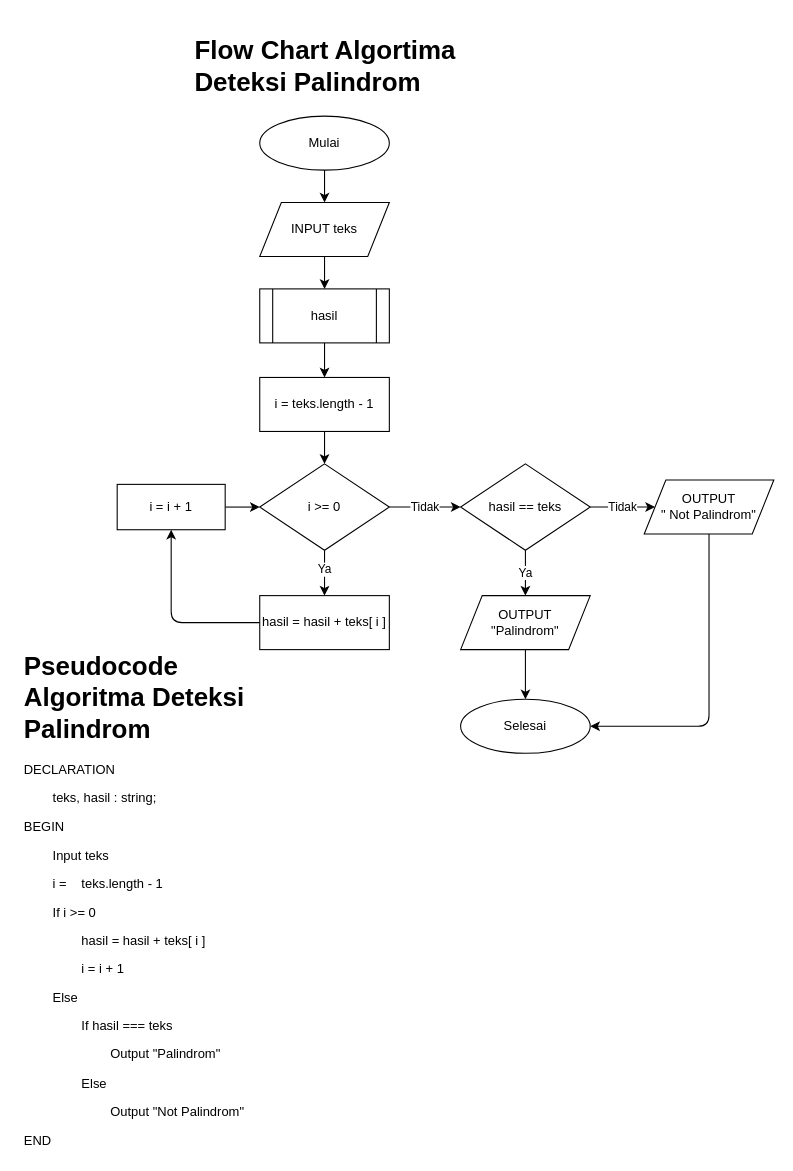
Before: page "Palindrom" (1 of 2) of tugas 6.drawio in DzulfiqarSiraj/fwg17-computer-science, a draw.io diagram. Source tidied: cells renumbered, new cells numbered last; positions are measured from the earlier drawing's top-left corner, leaving out a move shared by most shapes. Both pictures are drawn from the tidied source at 108%, with x=0, y=0 at pixel (18, 29).
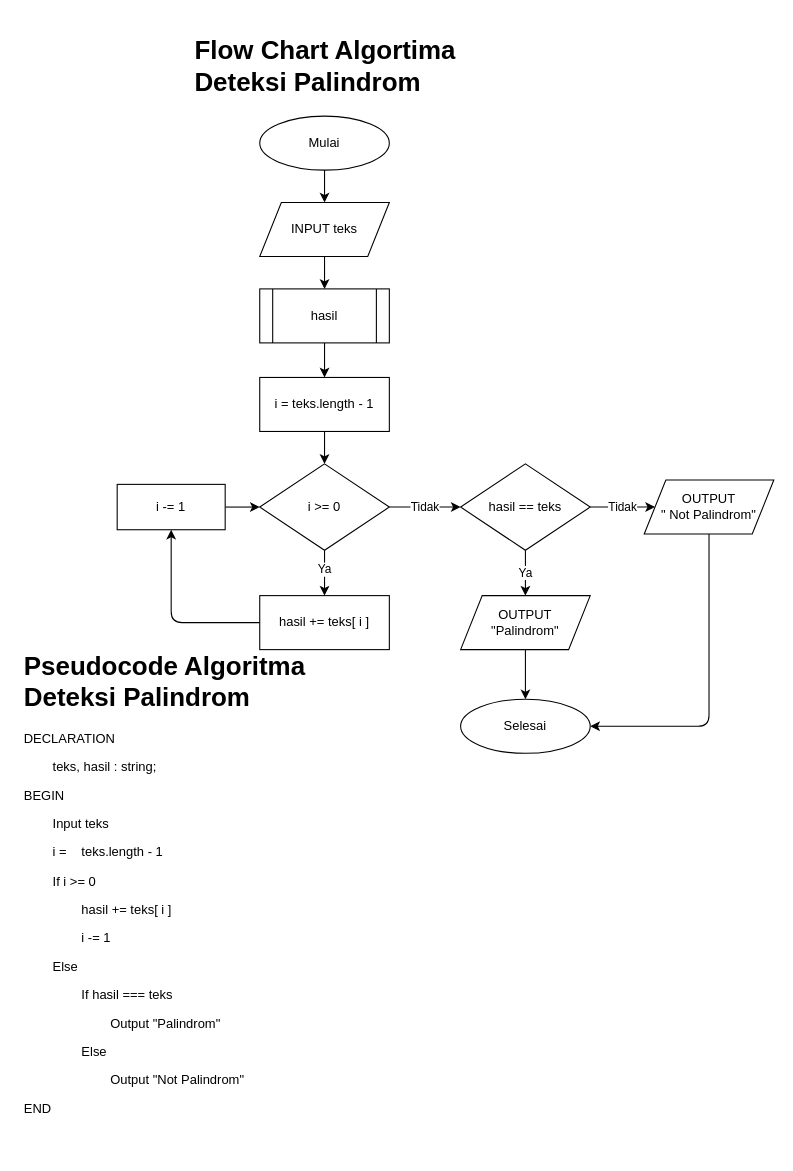
The same diagram, later.

Change to the diagram source:
```diff
@@
-    <mxCell id="2" value="&lt;h1&gt;Pseudocode Algoritma Deteksi Palindrom&lt;/h1&gt;&lt;p&gt;DECLARATION&lt;/p&gt;&lt;p&gt;&lt;span style=&quot;background-color: initial; white-space: pre;&quot;&gt;&lt;span style=&quot;white-space: pre;&quot;&gt;&#9;&lt;/span&gt;teks, hasil : string;&lt;/span&gt;&lt;/p&gt;&lt;p&gt;&lt;span style=&quot;background-color: initial; white-space: pre;&quot;&gt;BEGIN&lt;/span&gt;&lt;/p&gt;&lt;p&gt;&lt;span style=&quot;background-color: initial; white-space: pre;&quot;&gt;&lt;span style=&quot;white-space: pre;&quot;&gt;&#9;&lt;/span&gt;Input teks&lt;/span&gt;&lt;/p&gt;&lt;p&gt;&lt;span style=&quot;background-color: initial; white-space: pre;&quot;&gt;&lt;span style=&quot;white-space: pre;&quot;&gt;&lt;span style=&quot;white-space: pre;&quot;&gt;&#9;&lt;/span&gt;i = &#9;teks.length - 1&lt;/span&gt;&lt;br&gt;&lt;/span&gt;&lt;/p&gt;&lt;p&gt;&lt;span style=&quot;background-color: initial; white-space: pre;&quot;&gt;&lt;span style=&quot;white-space: pre;&quot;&gt;&lt;span style=&quot;white-space: pre;&quot;&gt;&#9;&lt;/span&gt;If i &amp;gt;= 0&lt;br&gt;&lt;/span&gt;&lt;/span&gt;&lt;/p&gt;&lt;p&gt;&lt;span style=&quot;background-color: initial; white-space: pre;&quot;&gt;&lt;span style=&quot;white-space: pre;&quot;&gt;&lt;span style=&quot;white-space: pre;&quot;&gt;&#9;&lt;/span&gt;&lt;span style=&quot;white-space: pre;&quot;&gt;&#9;&lt;/span&gt;hasil = hasil + teks[ i ]&lt;br&gt;&lt;/span&gt;&lt;/span&gt;&lt;/p&gt;&lt;p&gt;&lt;span style=&quot;background-color: initial; white-space: pre;&quot;&gt;&lt;span style=&quot;white-space: pre;&quot;&gt;&lt;span style=&quot;white-space: pre;&quot;&gt;&#9;&lt;/span&gt;&lt;span style=&quot;white-space: pre;&quot;&gt;&#9;&lt;/span&gt;i = i + 1&lt;br&gt;&lt;/span&gt;&lt;/span&gt;&lt;/p&gt;&lt;p&gt;&lt;span style=&quot;background-color: initial; white-space: pre;&quot;&gt;&lt;span style=&quot;white-space: pre;&quot;&gt;&lt;span style=&quot;white-space: pre;&quot;&gt;&#9;&lt;/span&gt;Else&lt;br&gt;&lt;/span&gt;&lt;/span&gt;&lt;/p&gt;&lt;p&gt;&lt;span style=&quot;background-color: initial; white-space: pre;&quot;&gt;&lt;span style=&quot;white-space: pre;&quot;&gt;&lt;span style=&quot;white-space: pre;&quot;&gt;&#9;&lt;/span&gt;&lt;span style=&quot;white-space: pre;&quot;&gt;&#9;&lt;/span&gt;If hasil === teks&lt;br&gt;&lt;/span&gt;&lt;/span&gt;&lt;/p&gt;&lt;p&gt;&lt;span style=&quot;background-color: initial; white-space: pre;&quot;&gt;&lt;span style=&quot;white-space: pre;&quot;&gt;&lt;span style=&quot;white-space: pre;&quot;&gt;&#9;&lt;/span&gt;&lt;span style=&quot;white-space: pre;&quot;&gt;&#9;&lt;span style=&quot;white-space: pre;&quot;&gt;&#9;&lt;/span&gt;&lt;/span&gt;Output &quot;Palindrom&quot;&lt;br&gt;&lt;/span&gt;&lt;/span&gt;&lt;/p&gt;&lt;p&gt;&lt;span style=&quot;background-color: initial; white-space: pre;&quot;&gt;&lt;span style=&quot;white-space: pre;&quot;&gt;&lt;span style=&quot;white-space: pre;&quot;&gt;&#9;&lt;/span&gt;&lt;span style=&quot;white-space: pre;&quot;&gt;&#9;&lt;/span&gt;Else&lt;br&gt;&lt;/span&gt;&lt;/span&gt;&lt;/p&gt;&lt;p&gt;&lt;span style=&quot;background-color: initial; white-space: pre;&quot;&gt;&lt;span style=&quot;white-space: pre;&quot;&gt;&lt;span style=&quot;white-space: pre;&quot;&gt;&#9;&lt;/span&gt;&lt;span style=&quot;white-space: pre;&quot;&gt;&#9;&lt;span style=&quot;white-space: pre;&quot;&gt;&#9;&lt;/span&gt;&lt;/span&gt;Output &quot;Not Palindrom&quot;&lt;br&gt;&lt;/span&gt;&lt;/span&gt;&lt;/p&gt;&lt;p&gt;&lt;span style=&quot;background-color: initial; white-space: pre;&quot;&gt;&lt;span style=&quot;white-space: pre;&quot;&gt;END&lt;/span&gt;&lt;/span&gt;&lt;/p&gt;&lt;p&gt;&lt;span style=&quot;background-color: initial; white-space: pre;&quot;&gt;&lt;span style=&quot;white-space: pre;&quot;&gt;&lt;br&gt;&lt;/span&gt;&lt;/span&gt;&lt;/p&gt;" style="text;html=1;strokeColor=none;fillColor=none;spacing=5;spacingTop=-20;whiteSpace=wrap;overflow=hidden;rounded=0;" parent="1" vertex="1">
-      <mxGeometry y="570" width="250" height="470" as="geometry" />
+    <mxCell id="2" value="&lt;h1&gt;Pseudocode Algoritma Deteksi Palindrom&lt;/h1&gt;&lt;p&gt;DECLARATION&lt;/p&gt;&lt;p&gt;&lt;span style=&quot;background-color: initial; white-space: pre;&quot;&gt;&lt;span style=&quot;white-space: pre;&quot;&gt;&#9;&lt;/span&gt;teks, hasil : string;&lt;/span&gt;&lt;/p&gt;&lt;p&gt;&lt;span style=&quot;background-color: initial; white-space: pre;&quot;&gt;BEGIN&lt;/span&gt;&lt;/p&gt;&lt;p&gt;&lt;span style=&quot;background-color: initial; white-space: pre;&quot;&gt;&lt;span style=&quot;white-space: pre;&quot;&gt;&#9;&lt;/span&gt;Input teks&lt;/span&gt;&lt;/p&gt;&lt;p&gt;&lt;span style=&quot;background-color: initial; white-space: pre;&quot;&gt;&lt;span style=&quot;white-space: pre;&quot;&gt;&lt;span style=&quot;white-space: pre;&quot;&gt;&#9;&lt;/span&gt;i = &#9;teks.length - 1&lt;/span&gt;&lt;br&gt;&lt;/span&gt;&lt;/p&gt;&lt;p&gt;&lt;span style=&quot;background-color: initial; white-space: pre;&quot;&gt;&lt;span style=&quot;white-space: pre;&quot;&gt;&lt;span style=&quot;white-space: pre;&quot;&gt;&#9;&lt;/span&gt;If i &amp;gt;= 0&lt;br&gt;&lt;/span&gt;&lt;/span&gt;&lt;/p&gt;&lt;p&gt;&lt;span style=&quot;background-color: initial; white-space: pre;&quot;&gt;&lt;span style=&quot;white-space: pre;&quot;&gt;&lt;span style=&quot;white-space: pre;&quot;&gt;&#9;&lt;/span&gt;&lt;span style=&quot;white-space: pre;&quot;&gt;&#9;&lt;/span&gt;hasil += teks[ i ]&lt;br&gt;&lt;/span&gt;&lt;/span&gt;&lt;/p&gt;&lt;p&gt;&lt;span style=&quot;background-color: initial; white-space: pre;&quot;&gt;&lt;span style=&quot;white-space: pre;&quot;&gt;&lt;span style=&quot;white-space: pre;&quot;&gt;&#9;&lt;/span&gt;&lt;span style=&quot;white-space: pre;&quot;&gt;&#9;&lt;/span&gt;i -= 1&lt;br&gt;&lt;/span&gt;&lt;/span&gt;&lt;/p&gt;&lt;p&gt;&lt;span style=&quot;background-color: initial; white-space: pre;&quot;&gt;&lt;span style=&quot;white-space: pre;&quot;&gt;&lt;span style=&quot;white-space: pre;&quot;&gt;&#9;&lt;/span&gt;Else&lt;br&gt;&lt;/span&gt;&lt;/span&gt;&lt;/p&gt;&lt;p&gt;&lt;span style=&quot;background-color: initial; white-space: pre;&quot;&gt;&lt;span style=&quot;white-space: pre;&quot;&gt;&lt;span style=&quot;white-space: pre;&quot;&gt;&#9;&lt;/span&gt;&lt;span style=&quot;white-space: pre;&quot;&gt;&#9;&lt;/span&gt;If hasil === teks&lt;br&gt;&lt;/span&gt;&lt;/span&gt;&lt;/p&gt;&lt;p&gt;&lt;span style=&quot;background-color: initial; white-space: pre;&quot;&gt;&lt;span style=&quot;white-space: pre;&quot;&gt;&lt;span style=&quot;white-space: pre;&quot;&gt;&#9;&lt;/span&gt;&lt;span style=&quot;white-space: pre;&quot;&gt;&#9;&lt;span style=&quot;white-space: pre;&quot;&gt;&#9;&lt;/span&gt;&lt;/span&gt;Output &quot;Palindrom&quot;&lt;br&gt;&lt;/span&gt;&lt;/span&gt;&lt;/p&gt;&lt;p&gt;&lt;span style=&quot;background-color: initial; white-space: pre;&quot;&gt;&lt;span style=&quot;white-space: pre;&quot;&gt;&lt;span style=&quot;white-space: pre;&quot;&gt;&#9;&lt;/span&gt;&lt;span style=&quot;white-space: pre;&quot;&gt;&#9;&lt;/span&gt;Else&lt;br&gt;&lt;/span&gt;&lt;/span&gt;&lt;/p&gt;&lt;p&gt;&lt;span style=&quot;background-color: initial; white-space: pre;&quot;&gt;&lt;span style=&quot;white-space: pre;&quot;&gt;&lt;span style=&quot;white-space: pre;&quot;&gt;&#9;&lt;/span&gt;&lt;span style=&quot;white-space: pre;&quot;&gt;&#9;&lt;span style=&quot;white-space: pre;&quot;&gt;&#9;&lt;/span&gt;&lt;/span&gt;Output &quot;Not Palindrom&quot;&lt;br&gt;&lt;/span&gt;&lt;/span&gt;&lt;/p&gt;&lt;p&gt;&lt;span style=&quot;background-color: initial; white-space: pre;&quot;&gt;&lt;span style=&quot;white-space: pre;&quot;&gt;END&lt;/span&gt;&lt;/span&gt;&lt;/p&gt;&lt;p&gt;&lt;span style=&quot;background-color: initial; white-space: pre;&quot;&gt;&lt;span style=&quot;white-space: pre;&quot;&gt;&lt;br&gt;&lt;/span&gt;&lt;/span&gt;&lt;/p&gt;" style="text;html=1;strokeColor=none;fillColor=none;spacing=5;spacingTop=-20;whiteSpace=wrap;overflow=hidden;rounded=0;" parent="1" vertex="1">
+      <mxGeometry y="570" width="280" height="470" as="geometry" />
     </mxCell>
@@
-    <mxCell id="16" value="hasil = hasil + teks[ i ]" style="rounded=0;whiteSpace=wrap;html=1;" parent="1" vertex="1">
+    <mxCell id="16" value="hasil += teks[ i ]" style="rounded=0;whiteSpace=wrap;html=1;" parent="1" vertex="1">
       <mxGeometry x="223" y="524" width="120" height="50" as="geometry" />
     </mxCell>
@@
-    <mxCell id="18" value="i = i + 1" style="rounded=0;whiteSpace=wrap;html=1;" parent="1" vertex="1">
+    <mxCell id="18" value="i -= 1" style="rounded=0;whiteSpace=wrap;html=1;" parent="1" vertex="1">
       <mxGeometry x="91" y="421" width="100" height="42" as="geometry" />
     </mxCell>
```
